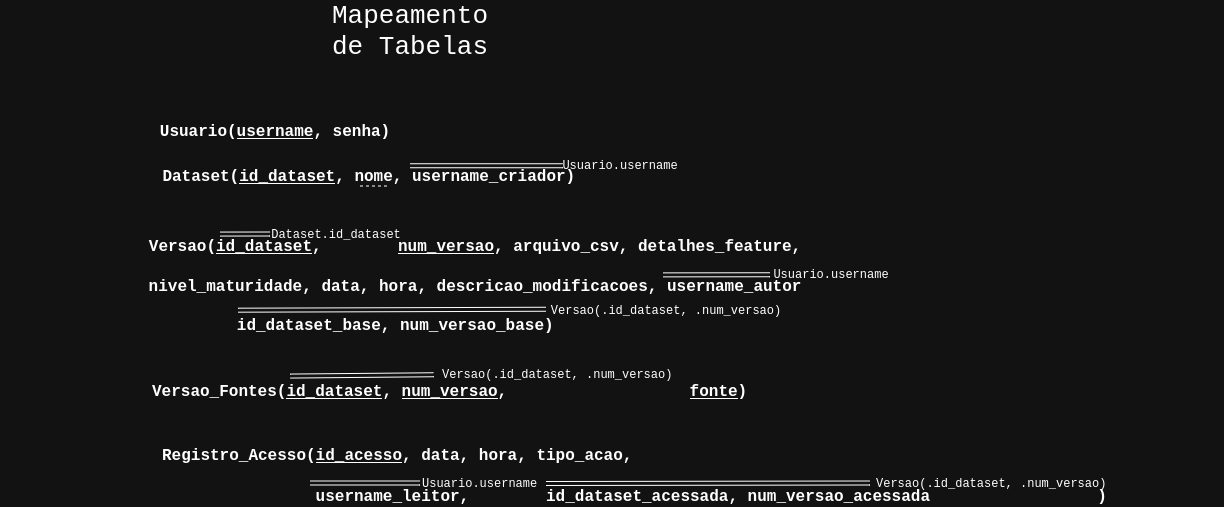
The draw.io diagram docs/Mapeamento_de_Tabelas_Digital.png in NicohOliveira/db-project-feature-store, before a commit. Source tidied: cells renumbered, new cells last; positions are measured from the earlier drawing's top-left corner, leaving out a move shared by most shapes.
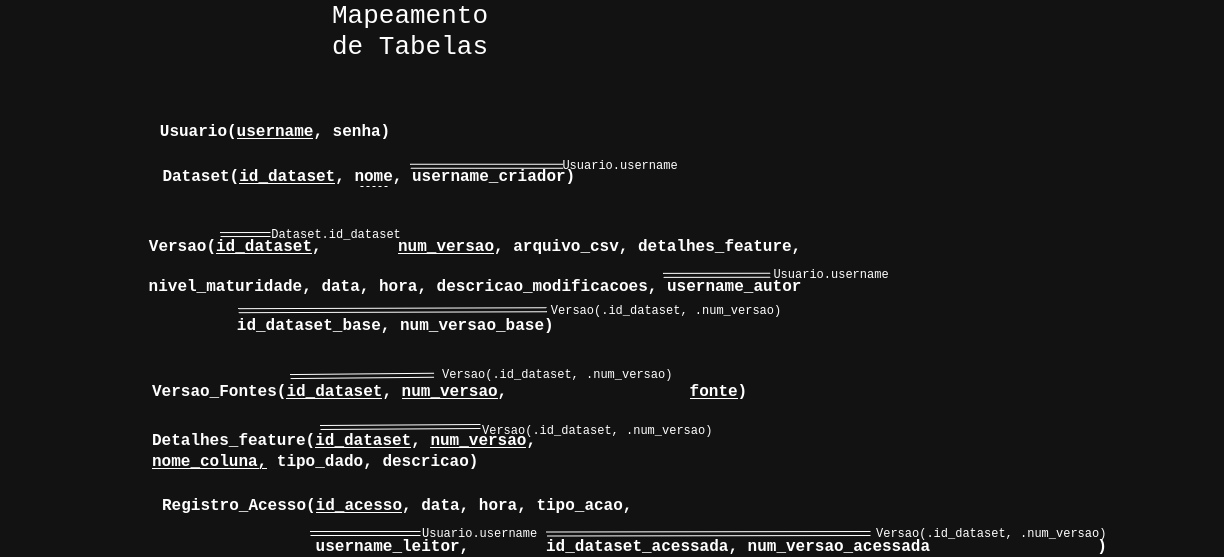
After the change.

Commit message:
docs: diagramas atualizados com novo atributo multivalorado par afeature

What changed in the source:
```diff
@@ -60,25 +60,25 @@
       <mxGeometry x="440" y="344" width="350" height="30" as="geometry" />
     </mxCell>
     <mxCell id="17" value="&lt;div&gt;&lt;b&gt;&lt;font face=&quot;Courier New&quot;&gt;Registro_Acesso(&lt;u&gt;id_acesso&lt;/u&gt;, data, hora, tipo_acao,&lt;/font&gt;&lt;/b&gt;&lt;/div&gt;&lt;div&gt;&lt;b&gt;&lt;font face=&quot;Courier New&quot;&gt;&lt;br&gt;&lt;/font&gt;&lt;/b&gt;&lt;/div&gt;&lt;div&gt;&lt;b&gt;&lt;font face=&quot;Courier New&quot;&gt;&amp;nbsp;&amp;nbsp;&amp;nbsp;&amp;nbsp;&amp;nbsp;&amp;nbsp;&amp;nbsp;&amp;nbsp;&amp;nbsp;&amp;nbsp;&amp;nbsp;&amp;nbsp;&amp;nbsp;&amp;nbsp;&amp;nbsp;&amp;nbsp;username_leitor,&amp;nbsp; &amp;nbsp; &amp;nbsp; &amp;nbsp; id_dataset_acessada, num_versao_acessada&lt;span style=&quot;white-space: pre;&quot;&gt;&#9;&lt;/span&gt;&lt;span style=&quot;white-space: pre;&quot;&gt;&#9;&lt;/span&gt;&lt;span style=&quot;white-space: pre;&quot;&gt;&#9;&lt;/span&gt;&lt;span style=&quot;white-space: pre;&quot;&gt;&#9;&lt;/span&gt;&lt;span style=&quot;white-space: pre;&quot;&gt;&#9; &lt;/span&gt;)&lt;/font&gt;&lt;/b&gt;&lt;/div&gt;" style="text;html=1;whiteSpace=wrap;align=left;verticalAlign=middle;rounded=0;fontSize=16;strokeColor=none;" parent="1" vertex="1">
-      <mxGeometry x="160" y="430" width="950" height="60" as="geometry" />
+      <mxGeometry x="160" y="480" width="950" height="60" as="geometry" />
     </mxCell>
     <mxCell id="18" style="endArrow=none;html=1;rounded=0;shape=link;" parent="1" edge="1">
       <mxGeometry relative="1" as="geometry">
-        <mxPoint x="310" y="467" as="sourcePoint" />
-        <mxPoint x="420" y="467" as="targetPoint" />
+        <mxPoint x="310" y="517" as="sourcePoint" />
+        <mxPoint x="420" y="517" as="targetPoint" />
       </mxGeometry>
     </mxCell>
     <mxCell id="19" value="&lt;font face=&quot;Courier New&quot;&gt;Usuario.username&lt;/font&gt;" style="text;html=1;whiteSpace=wrap;strokeColor=none;fillColor=none;align=left;verticalAlign=middle;rounded=0;" parent="1" vertex="1">
-      <mxGeometry x="420" y="453" width="180" height="30" as="geometry" />
+      <mxGeometry x="420" y="503" width="180" height="30" as="geometry" />
     </mxCell>
     <mxCell id="20" style="endArrow=none;html=1;rounded=0;shape=link;" parent="1" edge="1">
       <mxGeometry relative="1" as="geometry">
-        <mxPoint x="546" y="467.5" as="sourcePoint" />
-        <mxPoint x="870" y="467" as="targetPoint" />
+        <mxPoint x="546" y="517.5" as="sourcePoint" />
+        <mxPoint x="870" y="517" as="targetPoint" />
       </mxGeometry>
     </mxCell>
     <mxCell id="21" value="&lt;font face=&quot;Courier New&quot;&gt;Versao(.id_dataset, .num_versao)&lt;/font&gt;" style="text;html=1;whiteSpace=wrap;strokeColor=none;fillColor=none;align=left;verticalAlign=middle;rounded=0;" parent="1" vertex="1">
-      <mxGeometry x="874" y="453" width="350" height="30" as="geometry" />
+      <mxGeometry x="874" y="503" width="350" height="30" as="geometry" />
     </mxCell>
     <mxCell id="22" style="endArrow=none;dashed=1;html=1;rounded=0;exitX=0.5;exitY=0;exitDx=0;exitDy=0;" parent="1" edge="1">
       <mxGeometry relative="1" as="geometry">
@@ -86,5 +86,17 @@
         <mxPoint x="390" y="170" as="targetPoint" />
       </mxGeometry>
     </mxCell>
+    <mxCell id="23" value="&lt;b&gt;&lt;font face=&quot;Courier New&quot;&gt;Detalhes_feature(&lt;u&gt;id_dataset&lt;/u&gt;, &lt;u&gt;num_versao&lt;/u&gt;, &lt;u&gt;nome_coluna,&lt;/u&gt;&amp;nbsp;tipo_dado, descricao)&lt;/font&gt;&lt;/b&gt;" style="text;html=1;whiteSpace=wrap;align=left;verticalAlign=middle;rounded=0;fontSize=16;strokeColor=none;" parent="1" vertex="1">
+      <mxGeometry x="150" y="420" width="600" height="30" as="geometry" />
+    </mxCell>
+    <mxCell id="24" style="endArrow=none;html=1;rounded=0;shape=link;" parent="1" edge="1">
+      <mxGeometry relative="1" as="geometry">
+        <mxPoint x="320" y="411" as="sourcePoint" />
+        <mxPoint x="480" y="410" as="targetPoint" />
+      </mxGeometry>
+    </mxCell>
+    <mxCell id="25" value="&lt;font face=&quot;Courier New&quot;&gt;Versao(.id_dataset, .num_versao)&lt;/font&gt;" style="text;html=1;whiteSpace=wrap;strokeColor=none;fillColor=none;align=left;verticalAlign=middle;rounded=0;" parent="1" vertex="1">
+      <mxGeometry x="480" y="400" width="350" height="30" as="geometry" />
+    </mxCell>
   </root>
 </mxGraphModel>
```
